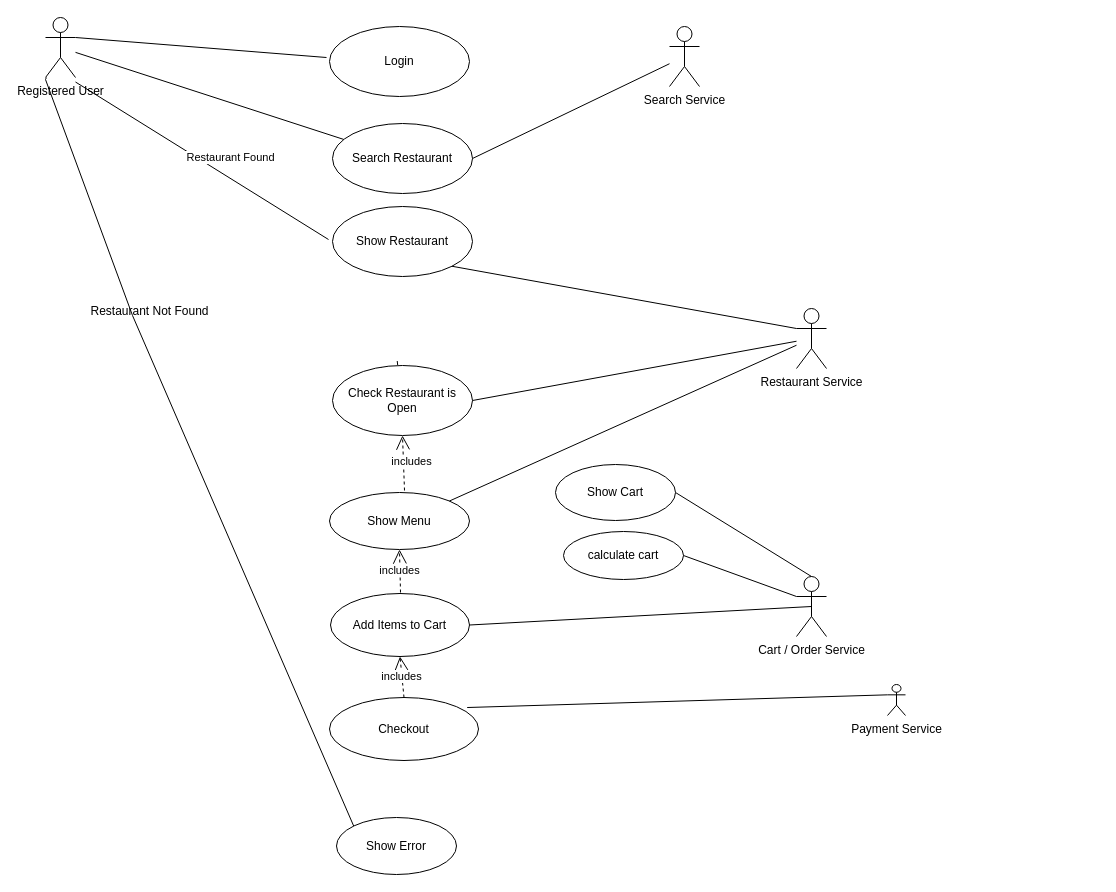
The draw.io diagram Restaurant Use Case.drawio in prakhardixit248/UpGrad_MS, before the edit. Source tidied: cells renumbered, new cells numbered last; positions are measured from the earlier drawing's top-left corner, leaving out a move shared by most shapes. Both pictures are drawn from the tidied source at 100%, with x=0, y=0 at pixel (45, 17).
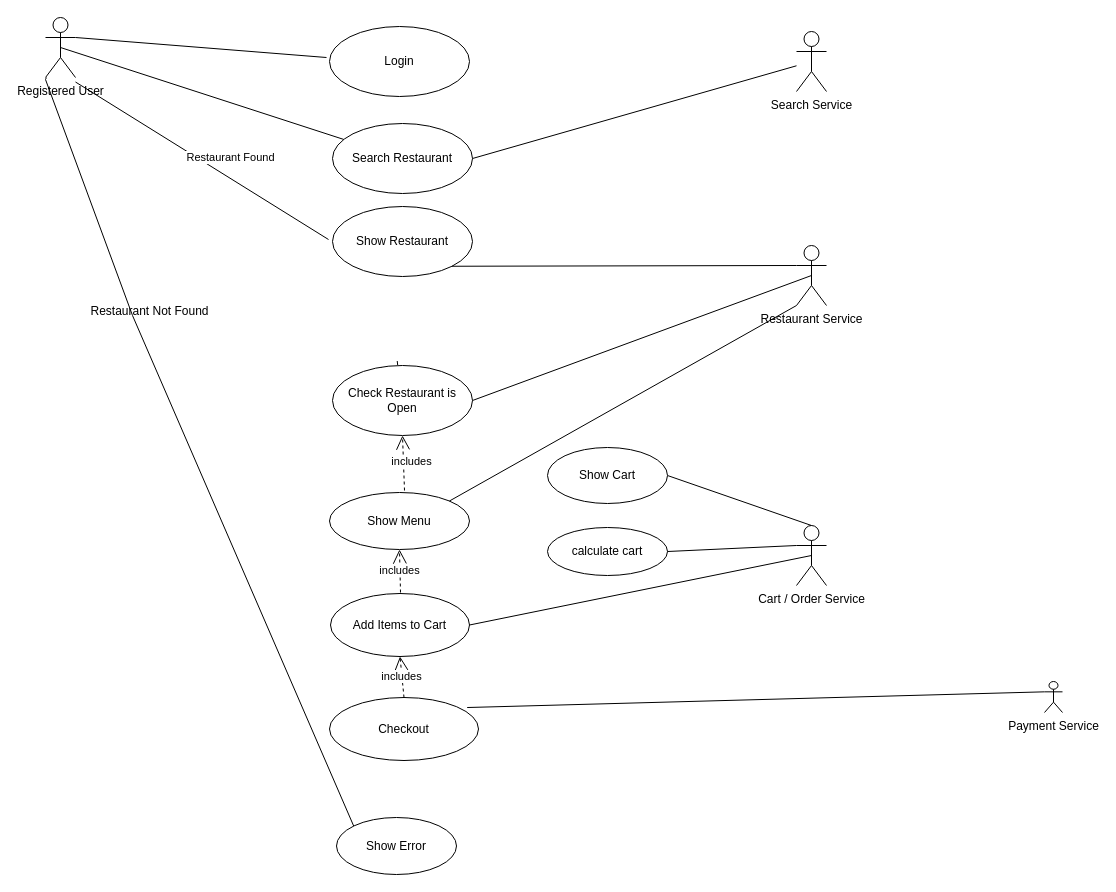
The same diagram, later.

The change refers to these unchanged cells:
```xml
<mxCell id="2" value="Registered User" style="shape=umlActor;verticalLabelPosition=bottom;verticalAlign=top;html=1;" parent="1" vertex="1">
  <mxGeometry width="30" height="60" as="geometry" />
</mxCell>
<mxCell id="5" value="Search Restaurant" style="ellipse;whiteSpace=wrap;html=1;" parent="1" vertex="1">
  <mxGeometry x="287" y="106" width="140" height="70" as="geometry" />
</mxCell>
<mxCell id="10" value="Show Menu" style="ellipse;whiteSpace=wrap;html=1;" parent="1" vertex="1">
  <mxGeometry x="284" y="475" width="140" height="57" as="geometry" />
</mxCell>
<mxCell id="13" value="Check Restaurant is Open" style="ellipse;whiteSpace=wrap;html=1;" parent="1" vertex="1">
  <mxGeometry x="287" y="348" width="140" height="70" as="geometry" />
</mxCell>
```

What changed in the source:
```diff
@@
     <mxCell id="4" value="Search Service" style="shape=umlActor;verticalLabelPosition=bottom;verticalAlign=top;html=1;" parent="1" vertex="1">
-      <mxGeometry x="624" y="9" width="30" height="60" as="geometry" />
+      <mxGeometry x="751" y="14" width="30" height="60" as="geometry" />
     </mxCell>
@@
-    <mxCell id="8" style="endArrow=none;html=1;rounded=0;" parent="1" edge="1" source="2" target="5">
+    <mxCell id="8" style="endArrow=none;html=1;rounded=0;exitX=0.5;exitY=0.5;exitDx=0;exitDy=0;exitPerimeter=0;" parent="1" edge="1" source="2" target="5">
       <mxGeometry relative="1" as="geometry" />
     </mxCell>
@@
     <mxCell id="11" value="Restaurant Service" style="shape=umlActor;verticalLabelPosition=bottom;verticalAlign=top;html=1;" parent="1" vertex="1">
-      <mxGeometry x="751" y="291" width="30" height="60" as="geometry" />
+      <mxGeometry x="751" y="228" width="30" height="60" as="geometry" />
     </mxCell>
@@
-    <mxCell id="14" style="endArrow=none;html=1;rounded=0;exitX=1;exitY=0.5;exitDx=0;exitDy=0;" parent="1" edge="1" source="13" target="11">
+    <mxCell id="14" style="endArrow=none;html=1;rounded=0;exitX=1;exitY=0.5;exitDx=0;exitDy=0;entryX=0.5;entryY=0.5;entryDx=0;entryDy=0;entryPerimeter=0;" parent="1" edge="1" source="13" target="11">
       <mxGeometry relative="1" as="geometry" />
     </mxCell>
@@
-    <mxCell id="21" style="endArrow=none;html=1;rounded=0;exitX=1;exitY=0;exitDx=0;exitDy=0;" parent="1" edge="1" source="10" target="11">
+    <mxCell id="21" style="endArrow=none;html=1;rounded=0;exitX=1;exitY=0;exitDx=0;exitDy=0;entryX=0;entryY=1;entryDx=0;entryDy=0;entryPerimeter=0;" parent="1" edge="1" source="10" target="11">
       <mxGeometry relative="1" as="geometry" />
     </mxCell>
     <mxCell id="22" value="Payment Service" style="shape=umlActor;verticalLabelPosition=bottom;verticalAlign=top;html=1;outlineConnect=0;" parent="1" vertex="1">
-      <mxGeometry x="842" y="667" width="18" height="31" as="geometry" />
+      <mxGeometry x="999" y="664" width="18" height="31" as="geometry" />
     </mxCell>
@@
     <mxCell id="26" value="Cart / Order Service" style="shape=umlActor;verticalLabelPosition=bottom;verticalAlign=top;html=1;outlineConnect=0;" parent="1" vertex="1">
-      <mxGeometry x="751" y="559" width="30" height="60" as="geometry" />
+      <mxGeometry x="751" y="508" width="30" height="60" as="geometry" />
     </mxCell>
@@
     <mxCell id="32" value="Show Cart" style="ellipse;whiteSpace=wrap;html=1;" parent="1" vertex="1">
-      <mxGeometry x="510" y="447" width="120" height="56" as="geometry" />
+      <mxGeometry x="502" y="430" width="120" height="56" as="geometry" />
     </mxCell>
     <mxCell id="33" value="calculate cart" style="ellipse;whiteSpace=wrap;html=1;" parent="1" vertex="1">
-      <mxGeometry x="518" y="514" width="120" height="48" as="geometry" />
+      <mxGeometry x="502" y="510" width="120" height="48" as="geometry" />
     </mxCell>
```
